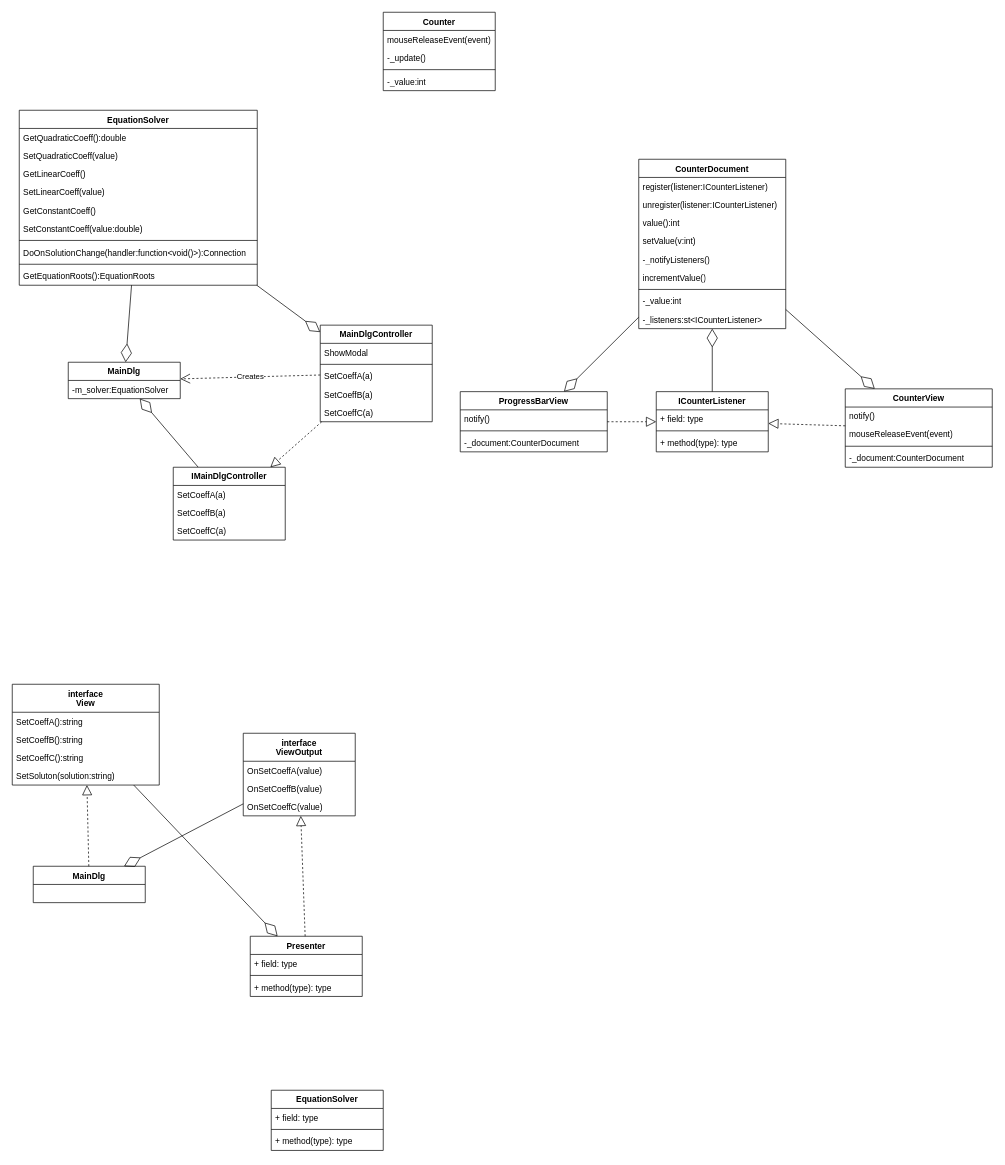
This is lectures/16.mvxx/mvxx.drawio from alexey-malov/ood, a draw.io file, before an edit. Source tidied: cells renumbered, new cells numbered last; positions are measured from the earlier drawing's top-left corner, leaving out a move shared by most shapes. Both pictures are drawn from the tidied source at 70%, with x=0, y=0 at pixel (12, 12).
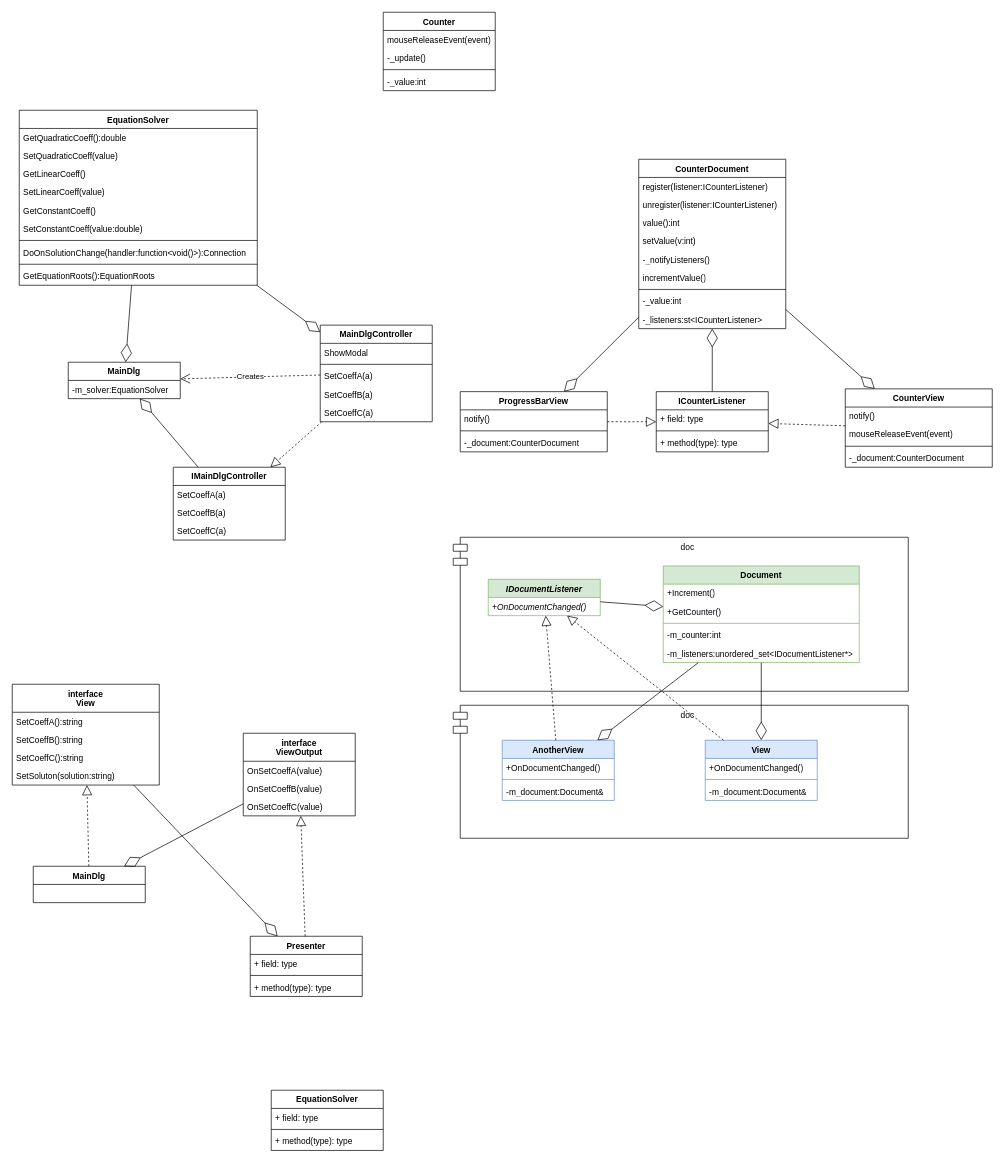
The same page after the edit.

Commit message (it also covers changes not shown here):
Обновил материалы по MVXX

Change to the diagram source:
```diff
@@
+    <mxCell id="85" value="doc" style="shape=module;align=left;spacingLeft=20;align=center;verticalAlign=top;whiteSpace=wrap;html=1;" parent="1" vertex="1">
+      <mxGeometry x="630" y="990" width="650" height="190" as="geometry" />
+    </mxCell>
+    <mxCell id="86" value="doc" style="shape=module;align=left;spacingLeft=20;align=center;verticalAlign=top;whiteSpace=wrap;html=1;" parent="1" vertex="1">
+      <mxGeometry x="630" y="750" width="650" height="220" as="geometry" />
+    </mxCell>
@@
+    <mxCell id="87" value="View" style="swimlane;fontStyle=1;align=center;verticalAlign=top;horizontal=1;startSize=26;whiteSpace=wrap;html=1;fillColor=#dae8fc;strokeColor=#6c8ebf;" parent="1" vertex="1">
+      <mxGeometry x="990" y="1040" width="160" height="86" as="geometry" />
+    </mxCell>
+    <mxCell id="88" value="&lt;span&gt;+OnDocumentChanged()&lt;/span&gt;" style="text;strokeColor=none;fillColor=none;align=left;verticalAlign=top;spacingLeft=4;spacingRight=4;overflow=hidden;whiteSpace=wrap;html=1;fontStyle=0;" parent="87" vertex="1">
+      <mxGeometry y="26" width="160" height="26" as="geometry" />
+    </mxCell>
+    <mxCell id="89" style="line;strokeWidth=1;fillColor=none;align=left;verticalAlign=middle;spacingTop=-1;spacingLeft=3;spacingRight=3;labelPosition=right;strokeColor=inherit;" parent="87" vertex="1">
+      <mxGeometry y="52" width="160" height="8" as="geometry" />
+    </mxCell>
+    <mxCell id="90" value="&lt;span&gt;-m_document:Document&amp;amp;&lt;/span&gt;" style="text;strokeColor=none;fillColor=none;align=left;verticalAlign=top;spacingLeft=4;spacingRight=4;overflow=hidden;whiteSpace=wrap;html=1;fontStyle=0;" parent="87" vertex="1">
+      <mxGeometry y="60" width="160" height="26" as="geometry" />
+    </mxCell>
+    <mxCell id="91" value="Document" style="swimlane;fontStyle=1;align=center;verticalAlign=top;horizontal=1;startSize=26;whiteSpace=wrap;html=1;fillColor=#d5e8d4;strokeColor=#82b366;" parent="1" vertex="1">
+      <mxGeometry x="930" y="791" width="280" height="138" as="geometry" />
+    </mxCell>
+    <mxCell id="92" value="+Increment()" style="text;strokeColor=none;fillColor=none;align=left;verticalAlign=top;spacingLeft=4;spacingRight=4;overflow=hidden;whiteSpace=wrap;html=1;" parent="91" vertex="1">
+      <mxGeometry y="26" width="280" height="26" as="geometry" />
+    </mxCell>
+    <mxCell id="93" value="+GetCounter()" style="text;strokeColor=none;fillColor=none;align=left;verticalAlign=top;spacingLeft=4;spacingRight=4;overflow=hidden;whiteSpace=wrap;html=1;" parent="91" vertex="1">
+      <mxGeometry y="52" width="280" height="26" as="geometry" />
+    </mxCell>
+    <mxCell id="94" style="line;strokeWidth=1;fillColor=none;align=left;verticalAlign=middle;spacingTop=-1;spacingLeft=3;spacingRight=3;labelPosition=right;strokeColor=inherit;" parent="91" vertex="1">
+      <mxGeometry y="78" width="280" height="8" as="geometry" />
+    </mxCell>
+    <mxCell id="95" value="-m_counter:int" style="text;strokeColor=none;fillColor=none;align=left;verticalAlign=top;spacingLeft=4;spacingRight=4;overflow=hidden;whiteSpace=wrap;html=1;" parent="91" vertex="1">
+      <mxGeometry y="86" width="280" height="26" as="geometry" />
+    </mxCell>
+    <mxCell id="96" value="-m_listeners:unordered_set&amp;lt;IDocumentListener*&amp;gt;" style="text;strokeColor=none;fillColor=none;align=left;verticalAlign=top;spacingLeft=4;spacingRight=4;overflow=hidden;whiteSpace=wrap;html=1;" parent="91" vertex="1">
+      <mxGeometry y="112" width="280" height="26" as="geometry" />
+    </mxCell>
+    <mxCell id="97" value="IDocumentListener" style="swimlane;fontStyle=3;align=center;verticalAlign=top;horizontal=1;startSize=26;whiteSpace=wrap;html=1;fillColor=#d5e8d4;strokeColor=#82b366;" parent="1" vertex="1">
+      <mxGeometry x="680" y="810" width="160" height="52" as="geometry" />
+    </mxCell>
+    <mxCell id="98" value="&lt;i&gt;+OnDocumentChanged()&lt;/i&gt;" style="text;strokeColor=none;fillColor=none;align=left;verticalAlign=top;spacingLeft=4;spacingRight=4;overflow=hidden;whiteSpace=wrap;html=1;" parent="97" vertex="1">
+      <mxGeometry y="26" width="160" height="26" as="geometry" />
+    </mxCell>
+    <mxCell id="99" style="endArrow=block;dashed=1;endFill=0;endSize=12;html=1;rounded=0;" parent="1" edge="1" source="87" target="97">
+      <mxGeometry relative="1" as="geometry" />
+    </mxCell>
+    <mxCell id="100" style="endArrow=diamondThin;endFill=0;endSize=24;html=1;rounded=0;" parent="1" edge="1" source="91" target="87">
+      <mxGeometry relative="1" as="geometry" />
+    </mxCell>
+    <mxCell id="101" style="endArrow=diamondThin;endFill=0;endSize=24;html=1;rounded=0;" parent="1" edge="1" source="97" target="91">
+      <mxGeometry relative="1" as="geometry" />
+    </mxCell>
+    <mxCell id="102" value="AnotherView" style="swimlane;fontStyle=1;align=center;verticalAlign=top;horizontal=1;startSize=26;whiteSpace=wrap;html=1;fillColor=#dae8fc;strokeColor=#6c8ebf;" parent="1" vertex="1">
+      <mxGeometry x="700" y="1040" width="160" height="86" as="geometry" />
+    </mxCell>
+    <mxCell id="103" value="&lt;span&gt;+OnDocumentChanged()&lt;/span&gt;" style="text;strokeColor=none;fillColor=none;align=left;verticalAlign=top;spacingLeft=4;spacingRight=4;overflow=hidden;whiteSpace=wrap;html=1;fontStyle=0;" parent="102" vertex="1">
+      <mxGeometry y="26" width="160" height="26" as="geometry" />
+    </mxCell>
+    <mxCell id="104" style="line;strokeWidth=1;fillColor=none;align=left;verticalAlign=middle;spacingTop=-1;spacingLeft=3;spacingRight=3;labelPosition=right;strokeColor=inherit;" parent="102" vertex="1">
+      <mxGeometry y="52" width="160" height="8" as="geometry" />
+    </mxCell>
+    <mxCell id="105" value="&lt;span&gt;-m_document:Document&amp;amp;&lt;/span&gt;" style="text;strokeColor=none;fillColor=none;align=left;verticalAlign=top;spacingLeft=4;spacingRight=4;overflow=hidden;whiteSpace=wrap;html=1;fontStyle=0;" parent="102" vertex="1">
+      <mxGeometry y="60" width="160" height="26" as="geometry" />
+    </mxCell>
+    <mxCell id="106" style="endArrow=block;dashed=1;endFill=0;endSize=12;html=1;rounded=0;" parent="1" edge="1" source="102" target="97">
+      <mxGeometry relative="1" as="geometry" />
+    </mxCell>
+    <mxCell id="107" style="endArrow=diamondThin;endFill=0;endSize=24;html=1;rounded=0;" parent="1" edge="1" source="91" target="102">
+      <mxGeometry relative="1" as="geometry" />
+    </mxCell>
```
